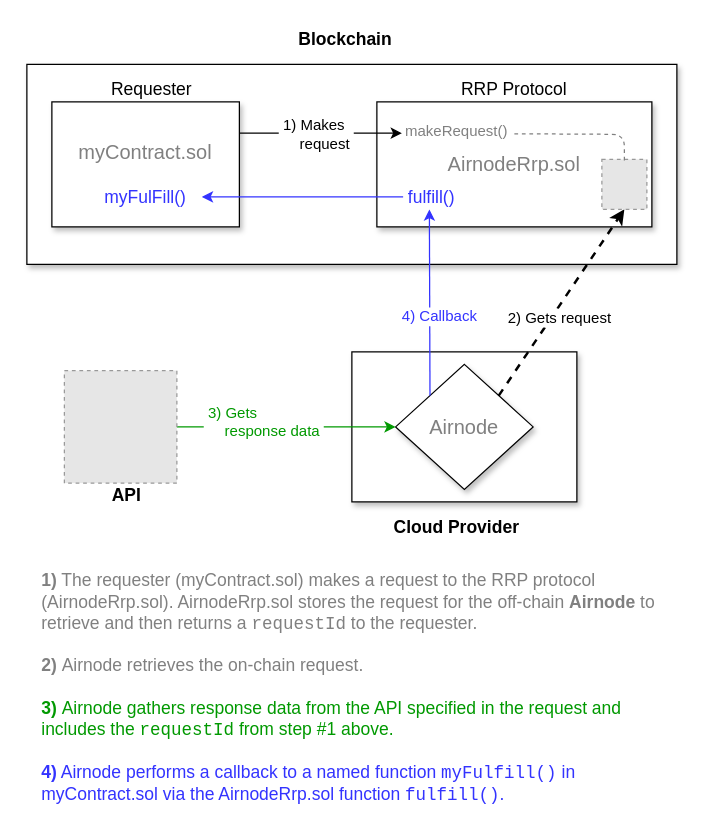
api3dao/old-api3-docs keeps this draw.io diagram as docs/next/assets/diagrams/developer-overview.drawio. Above is the earlier version. Source tidied: cells renumbered, new cells numbered last; positions are measured from the earlier drawing's top-left corner, leaving out a move shared by most shapes. Both pictures are drawn from the tidied source at 125%, with x=0, y=0 at pixel (26, 26). Pictures stored in the file or linked from it are replaced by grey dashed boxes.
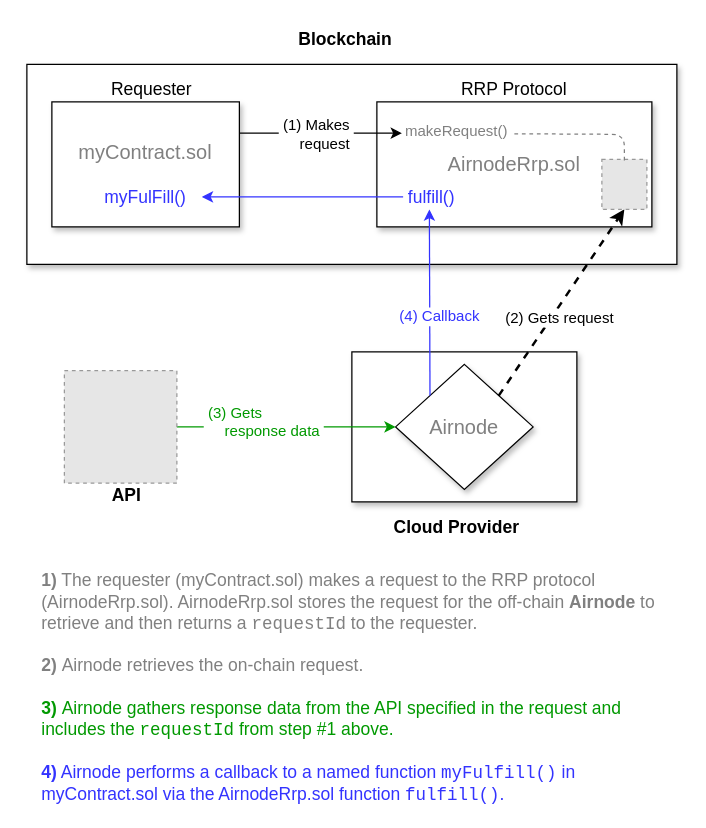
Above is the later version.

Unchanged cells that the change refers to:
```xml
<mxCell id="9" value="&lt;font style=&quot;font-size: 16px&quot; color=&quot;#808080&quot;&gt;Airnode&lt;/font&gt;" style="rhombus;whiteSpace=wrap;html=1;shadow=1;" parent="1" vertex="1">
  <mxGeometry x="295" y="270" width="110" height="100" as="geometry" />
</mxCell>
<mxCell id="10" style="endArrow=classic;startArrow=classic;html=1;entryX=1;entryY=0.5;entryDx=0;entryDy=0;exitX=0;exitY=0.5;exitDx=0;exitDy=0;strokeColor=#009900;" parent="1" edge="1" source="9">
  <mxGeometry relative="1" as="geometry">
    <mxPoint x="110" y="320" as="targetPoint" />
  </mxGeometry>
</mxCell>
<mxCell id="12" style="endArrow=classic;html=1;dashed=1;entryX=0.5;entryY=1;entryDx=0;entryDy=0;exitX=1;exitY=0;exitDx=0;exitDy=0;strokeWidth=2;" parent="1" edge="1" source="9" target="24">
  <mxGeometry relative="1" as="geometry" />
</mxCell>
<mxCell id="16" value="&lt;font style=&quot;font-size: 14px;&quot;&gt;&amp;nbsp;fulfill()&lt;/font&gt;" style="text;html=1;strokeColor=none;fillColor=none;align=center;verticalAlign=middle;whiteSpace=wrap;rounded=0;fontSize=14;fontColor=#3333FF;" parent="1" vertex="1">
  <mxGeometry x="301" y="126" width="42" height="20" as="geometry" />
</mxCell>
<mxCell id="18" style="endArrow=classic;html=1;fontSize=11;fontColor=#3333FF;strokeWidth=1;exitX=1;exitY=0.25;exitDx=0;exitDy=0;" parent="1" edge="1" source="4">
  <mxGeometry relative="1" as="geometry">
    <mxPoint x="300" y="85" as="targetPoint" />
  </mxGeometry>
</mxCell>
```

The edit, as a diff of the source:
```diff
@@
-    <mxCell id="11" value="&lt;font style=&quot;font-size: 12px&quot; color=&quot;#009900&quot;&gt;&amp;nbsp;3) Gets &lt;br&gt;&amp;nbsp; &amp;nbsp; &amp;nbsp;response data&amp;nbsp;&lt;/font&gt;" style="edgeLabel;html=1;align=left;verticalAlign=middle;fontSize=11;fontColor=#3333FF;" parent="10" vertex="1">
+    <mxCell id="11" value="&lt;font style=&quot;font-size: 12px&quot; color=&quot;#009900&quot;&gt;&amp;nbsp;(3) Gets &lt;br&gt;&amp;nbsp; &amp;nbsp; &amp;nbsp;response data&amp;nbsp;&lt;/font&gt;" style="edgeLabel;html=1;align=left;verticalAlign=middle;fontSize=11;fontColor=#3333FF;" parent="10" vertex="1">
       <mxGeometry x="0.07" relative="1" as="geometry">
         <mxPoint x="-56" y="-5" as="offset" />
       </mxGeometry>
     </mxCell>
@@
-    <mxCell id="13" value="&lt;font style=&quot;font-size: 12px&quot;&gt;2) Gets request&lt;/font&gt;" style="edgeLabel;html=1;align=center;verticalAlign=middle;" parent="12" vertex="1">
+    <mxCell id="13" value="&lt;font style=&quot;font-size: 12px&quot;&gt;(2) Gets request&lt;/font&gt;" style="edgeLabel;html=1;align=center;verticalAlign=middle;" parent="12" vertex="1">
       <mxGeometry relative="1" as="geometry">
         <mxPoint x="-2" y="12" as="offset" />
       </mxGeometry>
     </mxCell>
@@
-    <mxCell id="17" value="&lt;font style=&quot;font-size: 12px&quot;&gt;4) Callback&lt;/font&gt;" style="endArrow=classic;html=1;fontSize=11;fontColor=#3333FF;strokeColor=#3333FF;entryX=0.5;entryY=1;entryDx=0;entryDy=0;exitX=0;exitY=0;exitDx=0;exitDy=0;strokeWidth=1;" parent="1" edge="1" source="9" target="16">
+    <mxCell id="17" value="&lt;font style=&quot;font-size: 12px&quot;&gt;(4) Callback&lt;/font&gt;" style="endArrow=classic;html=1;fontSize=11;fontColor=#3333FF;strokeColor=#3333FF;entryX=0.5;entryY=1;entryDx=0;entryDy=0;exitX=0;exitY=0;exitDx=0;exitDy=0;strokeWidth=1;" parent="1" edge="1" source="9" target="16">
       <mxGeometry x="-0.15" y="-8" relative="1" as="geometry" />
     </mxCell>
@@
-    <mxCell id="19" value="&lt;font color=&quot;#000000&quot; style=&quot;font-size: 12px&quot;&gt;&amp;nbsp;1) Makes&lt;br&gt;&amp;nbsp; &amp;nbsp; &amp;nbsp;request&amp;nbsp;&lt;/font&gt;" style="edgeLabel;html=1;align=left;verticalAlign=middle;fontSize=11;fontColor=#3333FF;" parent="18" vertex="1">
+    <mxCell id="19" value="&lt;font color=&quot;#000000&quot; style=&quot;font-size: 12px&quot;&gt;&amp;nbsp;(1) Makes&lt;br&gt;&amp;nbsp; &amp;nbsp; &amp;nbsp;request&amp;nbsp;&lt;/font&gt;" style="edgeLabel;html=1;align=left;verticalAlign=middle;fontSize=11;fontColor=#3333FF;" parent="18" vertex="1">
       <mxGeometry x="-0.03" relative="1" as="geometry">
         <mxPoint x="-33" as="offset" />
       </mxGeometry>
     </mxCell>
```
